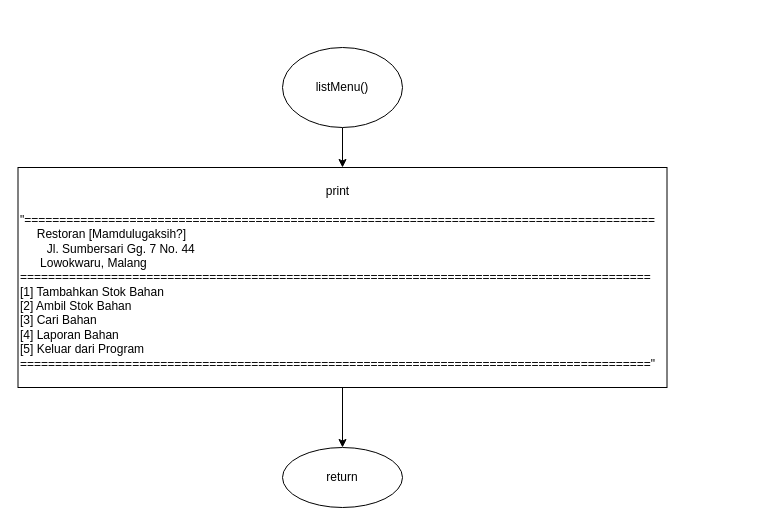
Before: page "listMenu" (4 of 9) of Tugas Akhir/Flowchart.drawio in nhaidaar/daspro, a draw.io diagram. Source tidied: cells renumbered, new cells numbered last; positions are measured from the earlier drawing's top-left corner, leaving out a move shared by most shapes. Both pictures are drawn from the tidied source at 100%, with x=0, y=0 at pixel (18, 47).
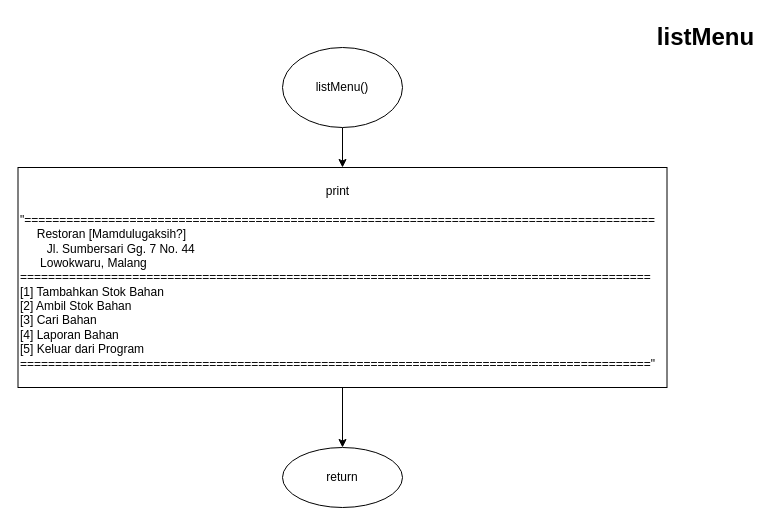
The same page after the edit.

What changed in the source:
```diff
@@
 <mxGraphModel>
   <root>
     <mxCell id="0" />
     <mxCell id="1" parent="0" />
     <mxCell id="2" style="edgeStyle=orthogonalEdgeStyle;rounded=0;jettySize=auto;html=1;" parent="1" edge="1" source="3" target="5">
       <mxGeometry relative="1" as="geometry" />
     </mxCell>
     <mxCell id="3" value="listMenu()" style="ellipse;whiteSpace=wrap;html=1;" parent="1" vertex="1">
       <mxGeometry x="264" width="120" height="80" as="geometry" />
     </mxCell>
     <mxCell id="4" style="edgeStyle=orthogonalEdgeStyle;rounded=0;jettySize=auto;html=1;" parent="1" edge="1" source="5" target="6">
       <mxGeometry relative="1" as="geometry" />
     </mxCell>
     <mxCell id="5" value="&lt;div style=&quot;text-align: center;&quot;&gt;&lt;span style=&quot;background-color: initial;&quot;&gt;print&lt;/span&gt;&lt;/div&gt;&lt;div style=&quot;text-align: center;&quot;&gt;&lt;span style=&quot;background-color: initial;&quot;&gt;&lt;br&gt;&lt;/span&gt;&lt;/div&gt;&lt;div&gt;&quot;==========================================================================================&lt;/div&gt;&lt;div&gt;&lt;span style=&quot;&quot;&gt;  &lt;/span&gt;&lt;span style=&quot;white-space: pre;&quot;&gt; &lt;/span&gt;&lt;span style=&quot;white-space: pre;&quot;&gt; &lt;/span&gt;&lt;span style=&quot;white-space: pre;&quot;&gt; &lt;span style=&quot;white-space: pre;&quot;&gt; &lt;/span&gt;&lt;span style=&quot;white-space: pre;&quot;&gt; &lt;/span&gt;&lt;/span&gt;Restoran [Mamdulugaksih?]&lt;/div&gt;&lt;div&gt;&lt;span style=&quot;&quot;&gt; &lt;/span&gt;&amp;nbsp; &amp;nbsp;&lt;span style=&quot;white-space: pre;&quot;&gt; &lt;/span&gt;&lt;span style=&quot;white-space: pre;&quot;&gt; &lt;/span&gt;&lt;span style=&quot;white-space: pre;&quot;&gt; &lt;span style=&quot;white-space: pre;&quot;&gt; &lt;/span&gt;&lt;span style=&quot;white-space: pre;&quot;&gt; &lt;/span&gt;&lt;/span&gt;Jl. Sumbersari Gg. 7 No. 44&lt;/div&gt;&lt;div&gt;&lt;span style=&quot;&quot;&gt;   &lt;/span&gt;&lt;span style=&quot;white-space: pre;&quot;&gt; &lt;/span&gt;&lt;span style=&quot;white-space: pre;&quot;&gt; &lt;/span&gt;&lt;span style=&quot;white-space: pre;&quot;&gt; &lt;span style=&quot;white-space: pre;&quot;&gt; &lt;span style=&quot;white-space: pre;&quot;&gt; &lt;/span&gt;&lt;/span&gt;&lt;/span&gt;&lt;span style=&quot;white-space: pre;&quot;&gt; &lt;/span&gt;Lowokwaru, Malang&lt;/div&gt;&lt;div&gt;==========================================================================================&lt;/div&gt;&lt;div&gt;[1] Tambahkan Stok Bahan&lt;/div&gt;&lt;div&gt;[2] Ambil Stok Bahan&lt;/div&gt;&lt;div&gt;[3] Cari Bahan&lt;/div&gt;&lt;div&gt;[4] Laporan Bahan&lt;/div&gt;&lt;div&gt;[5] Keluar dari Program&lt;/div&gt;&lt;div&gt;==========================================================================================&quot;&lt;/div&gt;" style="whiteSpace=wrap;html=1;align=left;" parent="1" vertex="1">
       <mxGeometry x="-0.5" y="120" width="649" height="220" as="geometry" />
     </mxCell>
     <mxCell id="6" value="return" style="ellipse;whiteSpace=wrap;html=1;align=center;" parent="1" vertex="1">
       <mxGeometry x="264" y="400" width="120" height="60" as="geometry" />
     </mxCell>
+    <mxCell id="7" value="listMenu" style="text;strokeColor=none;fillColor=none;html=1;fontSize=24;fontStyle=1;verticalAlign=middle;align=center;" parent="1" vertex="1">
+      <mxGeometry x="637" y="-30" width="100" height="40" as="geometry" />
+    </mxCell>
   </root>
 </mxGraphModel>
```
